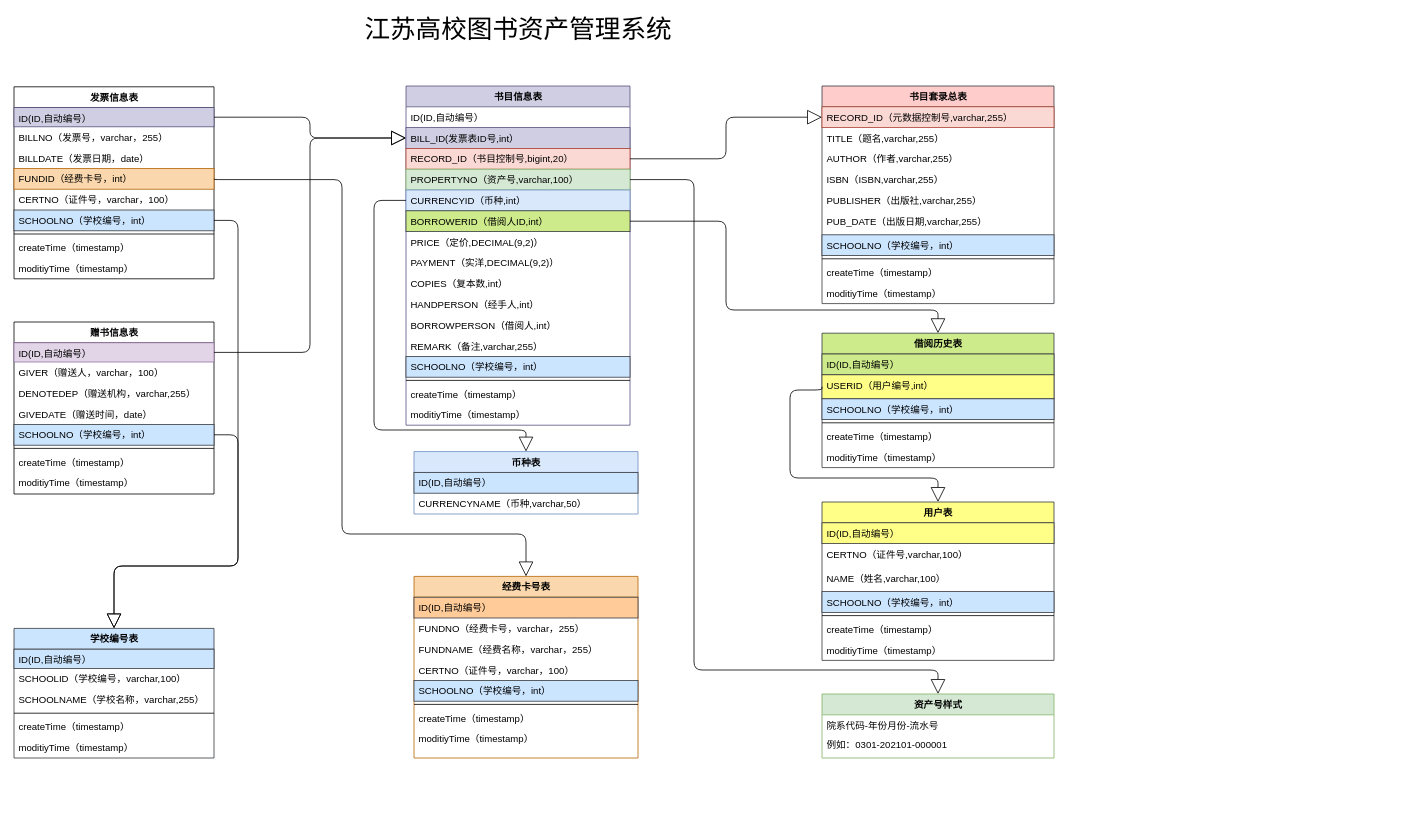
yisqiu/SimpleMap-wx keeps this draw.io diagram as 图书资产管理系统.drawio. Above is the earlier version. Source tidied: cells renumbered, new cells numbered last; positions are measured from the earlier drawing's top-left corner, leaving out a move shared by most shapes. Both pictures are drawn from the tidied source at 80%, with x=0, y=0 at pixel (14, 14).
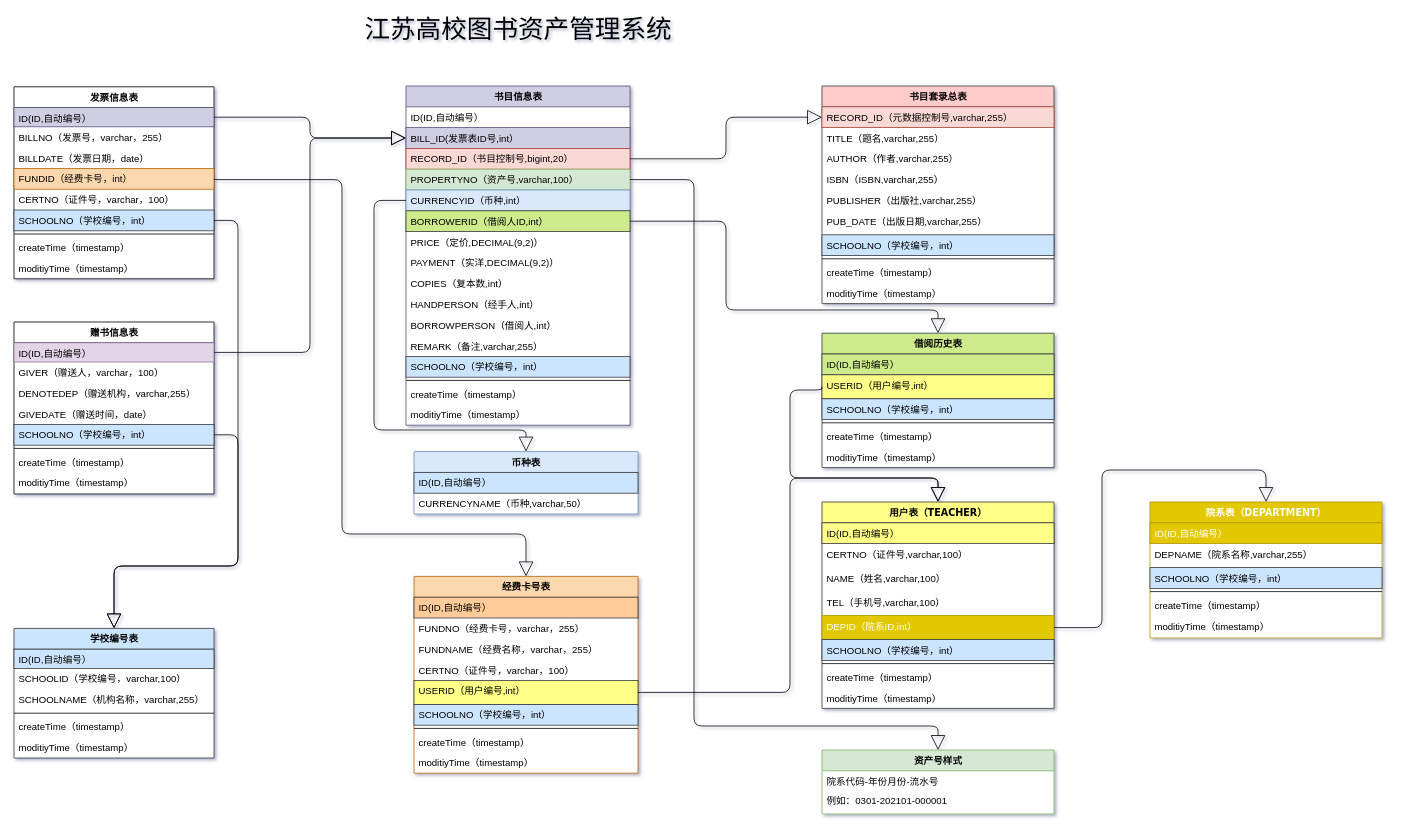
The same diagram, later.

Commit message (it also covers changes not shown here):
更新图书资产管理系统.drawio

The change refers to these unchanged cells:
```xml
<mxCell id="25" value="PROPERTYNO（资产号,varchar,100）" style="text;html=1;strokeColor=#82b366;fillColor=#d5e8d4;align=left;verticalAlign=top;spacingLeft=4;spacingRight=4;whiteSpace=wrap;overflow=hidden;points=[[0,0.5],[1,0.5]];portConstraint=eastwest;" parent="21" vertex="1">
  <mxGeometry y="104" width="280" height="26" as="geometry" />
</mxCell>
```

Diff of the diagram source:
```diff
@@
-<mxGraphModel background="#ffffff">
+<mxGraphModel background="#ffffff" shadow="1">
@@
-    <mxCell id="2" value="发票信息表" style="swimlane;html=1;fontStyle=1;align=center;verticalAlign=top;horizontal=1;startSize=26;swimlaneFillColor=#ffffff;rounded=0;shadow=0;comic=0;labelBackgroundColor=none;strokeWidth=1;fontFamily=Verdana;fontSize=12;" parent="1" vertex="1">
+    <mxCell id="2" value="发票信息表" style="swimlane;html=1;fontStyle=1;align=center;verticalAlign=top;horizontal=1;startSize=26;swimlaneFillColor=#ffffff;shadow=0;comic=0;labelBackgroundColor=none;strokeWidth=1;fontFamily=Verdana;fontSize=12;" parent="1" vertex="1">
       <mxGeometry y="91" width="250" height="240" as="geometry" />
     </mxCell>
@@
-    <mxCell id="12" value="经费卡号表" style="swimlane;html=1;fontStyle=1;align=center;verticalAlign=top;horizontal=1;startSize=26;swimlaneFillColor=#ffffff;rounded=0;shadow=0;comic=0;labelBackgroundColor=none;strokeWidth=1;fillColor=#fad7ac;fontFamily=Verdana;fontSize=12;strokeColor=#b46504;" parent="1" vertex="1">
-      <mxGeometry x="500" y="703" width="280" height="227" as="geometry" />
+    <mxCell id="12" value="经费卡号表" style="swimlane;html=1;fontStyle=1;align=center;verticalAlign=top;horizontal=1;startSize=26;swimlaneFillColor=#ffffff;shadow=0;comic=0;labelBackgroundColor=none;strokeWidth=1;fillColor=#fad7ac;fontFamily=Verdana;fontSize=12;strokeColor=#b46504;" parent="1" vertex="1">
+      <mxGeometry x="500" y="703" width="280" height="246" as="geometry" />
     </mxCell>
@@
+    <mxCell id="97" value="USERID（用户编号,int）" style="text;html=1;strokeColor=#36393d;fillColor=#ffff88;align=left;verticalAlign=top;spacingLeft=4;spacingRight=4;whiteSpace=wrap;overflow=hidden;points=[[0,0.5],[1,0.5]];portConstraint=eastwest;" parent="12" vertex="1">
+      <mxGeometry y="130" width="280" height="30" as="geometry" />
+    </mxCell>
     <mxCell id="17" value="SCHOOLNO（学校编号，int）" style="text;html=1;strokeColor=#36393d;fillColor=#cce5ff;align=left;verticalAlign=top;spacingLeft=4;spacingRight=4;whiteSpace=wrap;overflow=hidden;" parent="12" vertex="1">
-      <mxGeometry y="130" width="280" height="26" as="geometry" />
+      <mxGeometry y="160" width="280" height="26" as="geometry" />
     </mxCell>
     <mxCell id="18" style="line;html=1;strokeWidth=1;fillColor=none;align=left;verticalAlign=middle;spacingTop=-1;spacingLeft=3;spacingRight=3;labelPosition=right;" parent="12" vertex="1">
-      <mxGeometry y="156" width="280" height="8" as="geometry" />
+      <mxGeometry y="186" width="280" height="8" as="geometry" />
     </mxCell>
     <mxCell id="19" value="createTime（timestamp）" style="text;html=1;strokeColor=none;fillColor=none;align=left;verticalAlign=top;spacingLeft=4;spacingRight=4;whiteSpace=wrap;overflow=hidden;" parent="12" vertex="1">
-      <mxGeometry y="164" width="280" height="26" as="geometry" />
+      <mxGeometry y="194" width="280" height="26" as="geometry" />
     </mxCell>
     <mxCell id="20" value="moditiyTime（timestamp）" style="text;html=1;strokeColor=none;fillColor=none;align=left;verticalAlign=top;spacingLeft=4;spacingRight=4;whiteSpace=wrap;overflow=hidden;" parent="12" vertex="1">
-      <mxGeometry y="190" width="280" height="26" as="geometry" />
+      <mxGeometry y="220" width="280" height="26" as="geometry" />
     </mxCell>
-    <mxCell id="21" value="书目信息表" style="swimlane;html=1;fontStyle=1;align=center;verticalAlign=top;horizontal=1;startSize=26;swimlaneFillColor=#ffffff;rounded=0;shadow=0;comic=0;labelBackgroundColor=none;strokeWidth=1;fillColor=#d0cee2;fontFamily=Verdana;fontSize=12;strokeColor=#56517e;" parent="1" vertex="1">
+    <mxCell id="21" value="书目信息表" style="swimlane;html=1;fontStyle=1;align=center;verticalAlign=top;horizontal=1;startSize=26;swimlaneFillColor=#ffffff;shadow=0;comic=0;labelBackgroundColor=none;strokeWidth=1;fillColor=#d0cee2;fontFamily=Verdana;fontSize=12;strokeColor=#56517e;" parent="1" vertex="1">
       <mxGeometry x="490" y="90" width="280" height="424" as="geometry" />
     </mxCell>
@@
-    <mxCell id="41" value="资产号样式" style="swimlane;html=1;fontStyle=1;align=center;verticalAlign=top;horizontal=1;startSize=26;swimlaneFillColor=#ffffff;rounded=0;shadow=0;comic=0;labelBackgroundColor=none;strokeWidth=1;fontFamily=Verdana;fontSize=12;strokeColor=#82b366;fillColor=#d5e8d4;" parent="1" vertex="1">
-      <mxGeometry x="1010" y="850" width="290" height="80" as="geometry" />
+    <mxCell id="41" value="资产号样式" style="swimlane;html=1;fontStyle=1;align=center;verticalAlign=top;horizontal=1;startSize=26;swimlaneFillColor=#ffffff;shadow=0;comic=0;labelBackgroundColor=none;strokeWidth=1;fontFamily=Verdana;fontSize=12;strokeColor=#82b366;fillColor=#d5e8d4;" parent="1" vertex="1">
+      <mxGeometry x="1010" y="920" width="290" height="80" as="geometry" />
     </mxCell>
@@
     <mxCell id="44" style="edgeStyle=orthogonalEdgeStyle;html=1;labelBackgroundColor=none;startFill=0;startSize=8;endArrow=block;endFill=0;endSize=16;fontFamily=Verdana;fontSize=12;exitX=1;exitY=0.5;exitDx=0;exitDy=0;entryX=0.5;entryY=0;entryDx=0;entryDy=0;" parent="1" edge="1" source="25" target="41">
       <mxGeometry relative="1" as="geometry">
         <Array as="points">
           <mxPoint x="850" y="207" />
-          <mxPoint x="850" y="820" />
-          <mxPoint x="1155" y="820" />
+          <mxPoint x="850" y="890" />
+          <mxPoint x="1155" y="890" />
         </Array>
       </mxGeometry>
     </mxCell>
-    <mxCell id="45" value="币种表" style="swimlane;html=1;fontStyle=1;align=center;verticalAlign=top;horizontal=1;startSize=26;swimlaneFillColor=#ffffff;rounded=0;shadow=0;comic=0;labelBackgroundColor=none;strokeWidth=1;fontFamily=Verdana;fontSize=12;strokeColor=#6c8ebf;fillColor=#dae8fc;" parent="1" vertex="1">
+    <mxCell id="45" value="币种表" style="swimlane;html=1;fontStyle=1;align=center;verticalAlign=top;horizontal=1;startSize=26;swimlaneFillColor=#ffffff;shadow=0;comic=0;labelBackgroundColor=none;strokeWidth=1;fontFamily=Verdana;fontSize=12;strokeColor=#6c8ebf;fillColor=#dae8fc;" parent="1" vertex="1">
       <mxGeometry x="500" y="547" width="280" height="78" as="geometry" />
     </mxCell>
@@
-    <mxCell id="49" value="书目套录总表" style="swimlane;html=1;fontStyle=1;align=center;verticalAlign=top;horizontal=1;startSize=26;swimlaneFillColor=#ffffff;rounded=0;shadow=0;comic=0;labelBackgroundColor=none;strokeWidth=1;fillColor=#ffcccc;fontFamily=Verdana;fontSize=12;strokeColor=#36393d;" parent="1" vertex="1">
+    <mxCell id="49" value="书目套录总表" style="swimlane;html=1;fontStyle=1;align=center;verticalAlign=top;horizontal=1;startSize=26;swimlaneFillColor=#ffffff;shadow=0;comic=0;labelBackgroundColor=none;strokeWidth=1;fillColor=#ffcccc;fontFamily=Verdana;fontSize=12;strokeColor=#36393d;" parent="1" vertex="1">
       <mxGeometry x="1010" y="90" width="290" height="272" as="geometry" />
     </mxCell>
@@
-    <mxCell id="61" value="借阅历史表" style="swimlane;html=1;fontStyle=1;align=center;verticalAlign=top;horizontal=1;startSize=26;swimlaneFillColor=#ffffff;rounded=0;shadow=0;comic=0;labelBackgroundColor=none;strokeWidth=1;fillColor=#cdeb8b;fontFamily=Verdana;fontSize=12;strokeColor=#36393d;" parent="1" vertex="1">
+    <mxCell id="61" value="借阅历史表" style="swimlane;html=1;fontStyle=1;align=center;verticalAlign=top;horizontal=1;startSize=26;swimlaneFillColor=#ffffff;shadow=0;comic=0;labelBackgroundColor=none;strokeWidth=1;fillColor=#cdeb8b;fontFamily=Verdana;fontSize=12;strokeColor=#36393d;" parent="1" vertex="1">
       <mxGeometry x="1010" y="399" width="290" height="168" as="geometry" />
     </mxCell>
@@
-    <mxCell id="69" value="用户表" style="swimlane;html=1;fontStyle=1;align=center;verticalAlign=top;horizontal=1;startSize=26;swimlaneFillColor=#ffffff;rounded=0;shadow=0;comic=0;labelBackgroundColor=none;strokeWidth=1;fillColor=#ffff88;fontFamily=Verdana;fontSize=12;strokeColor=#36393d;" parent="1" vertex="1">
-      <mxGeometry x="1010" y="610" width="290" height="198" as="geometry" />
+    <mxCell id="69" value="用户表（TEACHER）" style="swimlane;html=1;fontStyle=1;align=center;verticalAlign=top;horizontal=1;startSize=26;swimlaneFillColor=#ffffff;shadow=0;comic=0;labelBackgroundColor=none;strokeWidth=1;fillColor=#ffff88;fontFamily=Verdana;fontSize=12;strokeColor=#36393d;" parent="1" vertex="1">
+      <mxGeometry x="1010" y="610" width="290" height="258" as="geometry" />
     </mxCell>
@@
+    <mxCell id="98" value="TEL（手机号,varchar,100）" style="text;html=1;strokeColor=none;fillColor=none;align=left;verticalAlign=top;spacingLeft=4;spacingRight=4;whiteSpace=wrap;overflow=hidden;" parent="69" vertex="1">
+      <mxGeometry y="112" width="290" height="30" as="geometry" />
+    </mxCell>
+    <mxCell id="99" value="DEPID（院系ID,int）" style="text;html=1;strokeColor=#B09500;fillColor=#e3c800;align=left;verticalAlign=top;spacingLeft=4;spacingRight=4;whiteSpace=wrap;overflow=hidden;points=[[0,0.5],[1,0.5]];portConstraint=eastwest;fontColor=#ffffff;" parent="69" vertex="1">
+      <mxGeometry y="142" width="290" height="30" as="geometry" />
+    </mxCell>
     <mxCell id="73" value="SCHOOLNO（学校编号，int）" style="text;html=1;strokeColor=#36393d;fillColor=#cce5ff;align=left;verticalAlign=top;spacingLeft=4;spacingRight=4;whiteSpace=wrap;overflow=hidden;" parent="69" vertex="1">
-      <mxGeometry y="112" width="290" height="26" as="geometry" />
+      <mxGeometry y="172" width="290" height="26" as="geometry" />
     </mxCell>
     <mxCell id="74" style="line;html=1;strokeWidth=1;fillColor=none;align=left;verticalAlign=middle;spacingTop=-1;spacingLeft=3;spacingRight=3;labelPosition=right;" parent="69" vertex="1">
-      <mxGeometry y="138" width="290" height="8" as="geometry" />
+      <mxGeometry y="198" width="290" height="8" as="geometry" />
     </mxCell>
     <mxCell id="75" value="createTime（timestamp）" style="text;html=1;strokeColor=none;fillColor=none;align=left;verticalAlign=top;spacingLeft=4;spacingRight=4;whiteSpace=wrap;overflow=hidden;" parent="69" vertex="1">
-      <mxGeometry y="146" width="290" height="26" as="geometry" />
+      <mxGeometry y="206" width="290" height="26" as="geometry" />
     </mxCell>
     <mxCell id="76" value="moditiyTime（timestamp）" style="text;html=1;strokeColor=none;fillColor=none;align=left;verticalAlign=top;spacingLeft=4;spacingRight=4;whiteSpace=wrap;overflow=hidden;" parent="69" vertex="1">
-      <mxGeometry y="172" width="290" height="26" as="geometry" />
+      <mxGeometry y="232" width="290" height="26" as="geometry" />
     </mxCell>
@@
-    <mxCell id="78" value="赠书信息表" style="swimlane;html=1;fontStyle=1;align=center;verticalAlign=top;horizontal=1;startSize=26;swimlaneFillColor=#ffffff;rounded=0;shadow=0;comic=0;labelBackgroundColor=none;strokeWidth=1;fontFamily=Verdana;fontSize=12;" parent="1" vertex="1">
+    <mxCell id="78" value="赠书信息表" style="swimlane;html=1;fontStyle=1;align=center;verticalAlign=top;horizontal=1;startSize=26;swimlaneFillColor=#ffffff;shadow=0;comic=0;labelBackgroundColor=none;strokeWidth=1;fontFamily=Verdana;fontSize=12;" parent="1" vertex="1">
       <mxGeometry y="385" width="250" height="215" as="geometry" />
     </mxCell>
@@
-    <mxCell id="88" value="学校编号表" style="swimlane;html=1;fontStyle=1;align=center;verticalAlign=top;horizontal=1;startSize=26;swimlaneFillColor=#ffffff;rounded=0;shadow=0;comic=0;labelBackgroundColor=none;strokeWidth=1;fontFamily=Verdana;fontSize=12;strokeColor=#36393d;fillColor=#cce5ff;" parent="1" vertex="1">
+    <mxCell id="88" value="学校编号表" style="swimlane;html=1;fontStyle=1;align=center;verticalAlign=top;horizontal=1;startSize=26;swimlaneFillColor=#ffffff;shadow=0;comic=0;labelBackgroundColor=none;strokeWidth=1;fontFamily=Verdana;fontSize=12;strokeColor=#36393d;fillColor=#cce5ff;" parent="1" vertex="1">
       <mxGeometry y="768" width="250" height="162" as="geometry" />
     </mxCell>
@@
-    <mxCell id="91" value="SCHOOLNAME（学校名称，varchar,255）" style="text;html=1;align=left;verticalAlign=top;spacingLeft=4;spacingRight=4;whiteSpace=wrap;overflow=hidden;" parent="88" vertex="1">
+    <mxCell id="91" value="SCHOOLNAME（机构名称，varchar,255）" style="text;html=1;align=left;verticalAlign=top;spacingLeft=4;spacingRight=4;whiteSpace=wrap;overflow=hidden;" parent="88" vertex="1">
       <mxGeometry y="76" width="250" height="26" as="geometry" />
     </mxCell>
@@
+    <mxCell id="100" value="院系表（DEPARTMENT）" style="swimlane;html=1;fontStyle=1;align=center;verticalAlign=top;horizontal=1;startSize=26;swimlaneFillColor=#ffffff;shadow=0;comic=0;labelBackgroundColor=none;strokeWidth=1;fillColor=#e3c800;fontFamily=Verdana;fontSize=12;strokeColor=#B09500;fontColor=#ffffff;" parent="1" vertex="1">
+      <mxGeometry x="1420" y="610" width="290" height="170" as="geometry" />
+    </mxCell>
+    <mxCell id="101" value="ID(ID,自动编号）" style="text;html=1;strokeColor=#B09500;fillColor=#e3c800;align=left;verticalAlign=top;spacingLeft=4;spacingRight=4;whiteSpace=wrap;overflow=hidden;fontColor=#ffffff;" parent="100" vertex="1">
+      <mxGeometry y="26" width="290" height="26" as="geometry" />
+    </mxCell>
+    <mxCell id="102" value="DEPNAME（院系名称,varchar,255）" style="text;html=1;strokeColor=none;fillColor=none;align=left;verticalAlign=top;spacingLeft=4;spacingRight=4;whiteSpace=wrap;overflow=hidden;" parent="100" vertex="1">
+      <mxGeometry y="52" width="290" height="30" as="geometry" />
+    </mxCell>
+    <mxCell id="103" value="SCHOOLNO（学校编号，int）" style="text;html=1;strokeColor=#36393d;fillColor=#cce5ff;align=left;verticalAlign=top;spacingLeft=4;spacingRight=4;whiteSpace=wrap;overflow=hidden;" parent="100" vertex="1">
+      <mxGeometry y="82" width="290" height="26" as="geometry" />
+    </mxCell>
+    <mxCell id="104" style="line;html=1;strokeWidth=1;fillColor=none;align=left;verticalAlign=middle;spacingTop=-1;spacingLeft=3;spacingRight=3;labelPosition=right;" parent="100" vertex="1">
+      <mxGeometry y="108" width="290" height="8" as="geometry" />
+    </mxCell>
+    <mxCell id="105" value="createTime（timestamp）" style="text;html=1;strokeColor=none;fillColor=none;align=left;verticalAlign=top;spacingLeft=4;spacingRight=4;whiteSpace=wrap;overflow=hidden;" parent="100" vertex="1">
+      <mxGeometry y="116" width="290" height="26" as="geometry" />
+    </mxCell>
+    <mxCell id="106" value="moditiyTime（timestamp）" style="text;html=1;strokeColor=none;fillColor=none;align=left;verticalAlign=top;spacingLeft=4;spacingRight=4;whiteSpace=wrap;overflow=hidden;" parent="100" vertex="1">
+      <mxGeometry y="142" width="290" height="26" as="geometry" />
+    </mxCell>
+    <mxCell id="107" style="edgeStyle=orthogonalEdgeStyle;html=1;labelBackgroundColor=none;startFill=0;startSize=8;endArrow=block;endFill=0;endSize=16;fontFamily=Verdana;fontSize=12;exitX=1;exitY=0.5;exitDx=0;exitDy=0;entryX=0.5;entryY=0;entryDx=0;entryDy=0;" parent="1" edge="1" source="99" target="100">
+      <mxGeometry relative="1" as="geometry">
+        <Array as="points">
+          <mxPoint x="1360" y="767" />
+          <mxPoint x="1360" y="570" />
+          <mxPoint x="1565" y="570" />
+        </Array>
+      </mxGeometry>
+    </mxCell>
+    <mxCell id="108" style="edgeStyle=orthogonalEdgeStyle;html=1;labelBackgroundColor=none;startFill=0;startSize=8;endArrow=block;endFill=0;endSize=16;fontFamily=Verdana;fontSize=12;exitX=1;exitY=0.5;exitDx=0;exitDy=0;entryX=0.5;entryY=0;entryDx=0;entryDy=0;" parent="1" edge="1" source="97" target="69">
+      <mxGeometry relative="1" as="geometry">
+        <Array as="points">
+          <mxPoint x="970" y="848" />
+          <mxPoint x="970" y="580" />
+          <mxPoint x="1155" y="580" />
+        </Array>
+      </mxGeometry>
+    </mxCell>
```
